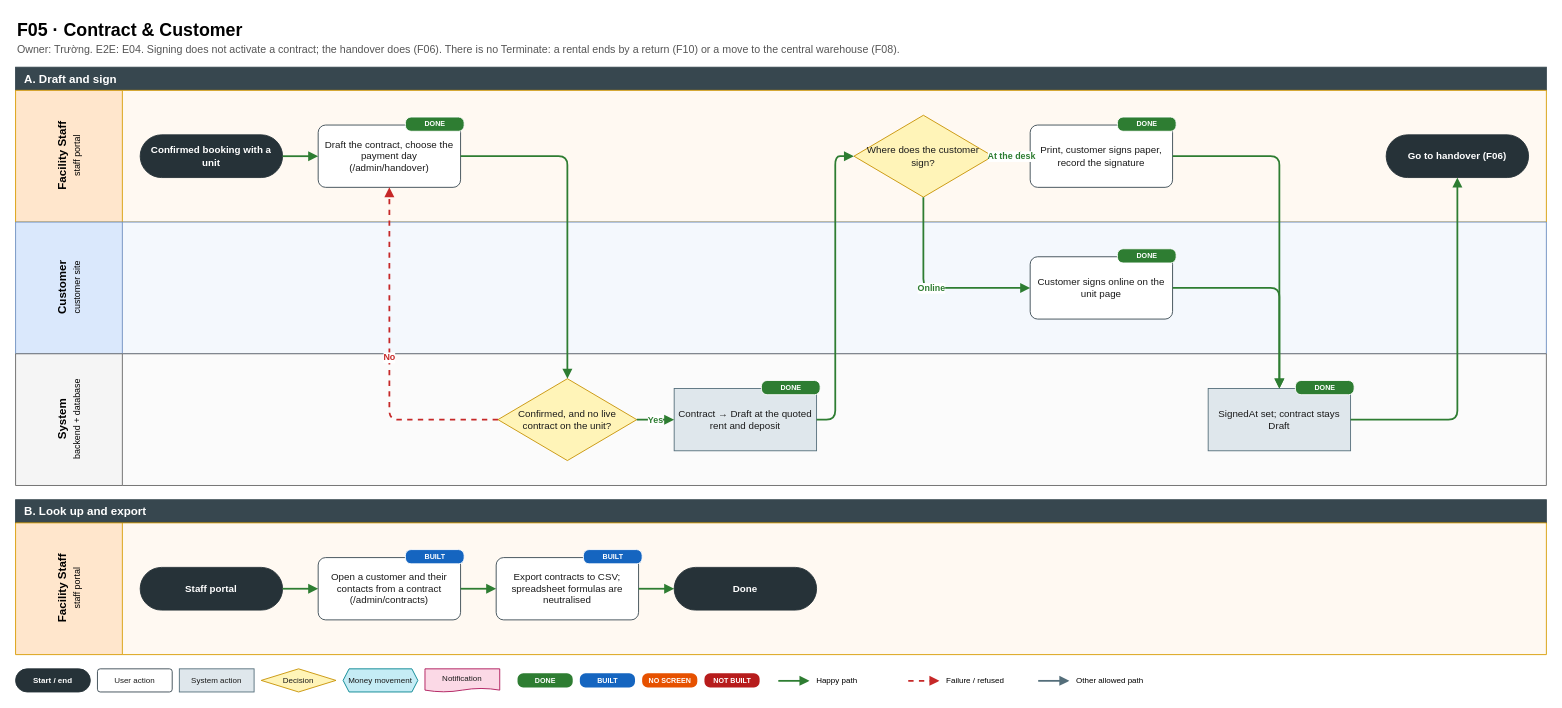
The draw.io diagram page "F05 Contract & Customer" (6 of 17) of flows.drawio in MiKhangz/Self-Storage-Facility-FRONTEND, before the edit. Source tidied: cells renumbered, new cells numbered last; positions are measured from the earlier drawing's top-left corner, leaving out a move shared by most shapes. Both pictures are drawn from the tidied source at 89%, with x=0, y=0 at pixel (15, 15).
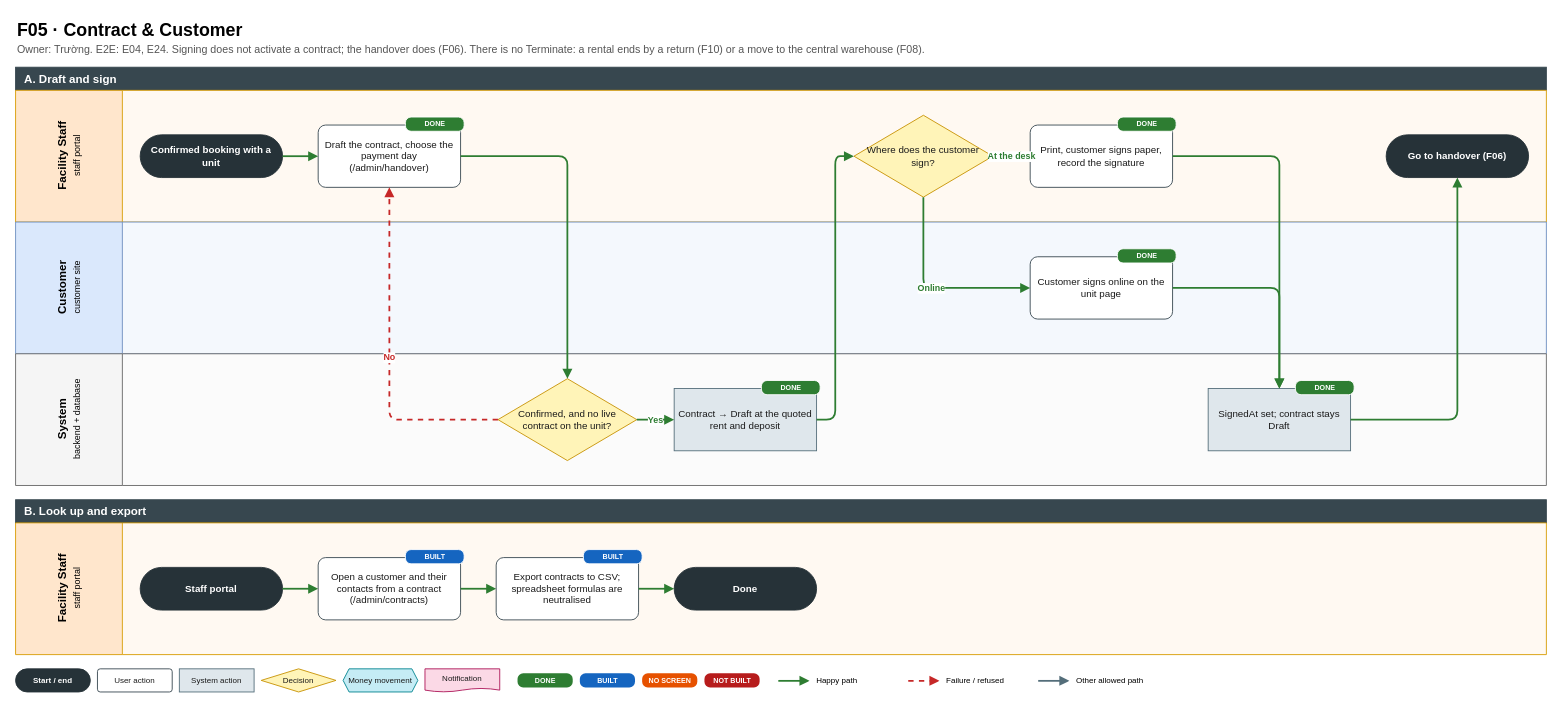
The same diagram, later.

Commit message (it also covers changes not shown here):
fix(staff): show export and rental ends only to the roles that have them

Change to the diagram source:
```diff
@@
-    <mxCell id="3" value="Owner: Trường. E2E: E04. Signing does not activate a contract; the handover does (F06). There is no Terminate: a rental ends by a return (F10) or a move to the central warehouse (F08)." style="text;html=1;strokeColor=none;fillColor=none;whiteSpace=wrap;align=left;verticalAlign=middle;fontSize=12;fontColor=#555555;" parent="1" vertex="1">
+    <mxCell id="3" value="Owner: Trường. E2E: E04, E24. Signing does not activate a contract; the handover does (F06). There is no Terminate: a rental ends by a return (F10) or a move to the central warehouse (F08)." style="text;html=1;strokeColor=none;fillColor=none;whiteSpace=wrap;align=left;verticalAlign=middle;fontSize=12;fontColor=#555555;" parent="1" vertex="1">
       <mxGeometry y="28" width="1600" height="22" as="geometry" />
     </mxCell>
```
